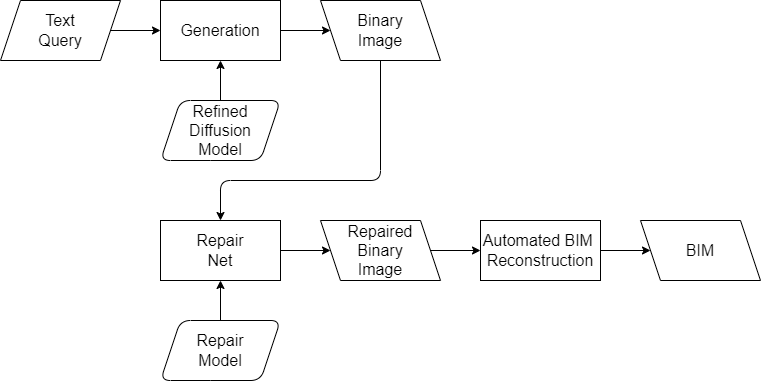
The draw.io diagram images/repaired_binary_model_gen.drawio.png in AI4SC/bim-diffusion-models, before a commit. Source tidied: cells renumbered, new cells last; positions are measured from the earlier drawing's top-left corner, leaving out a move shared by most shapes.
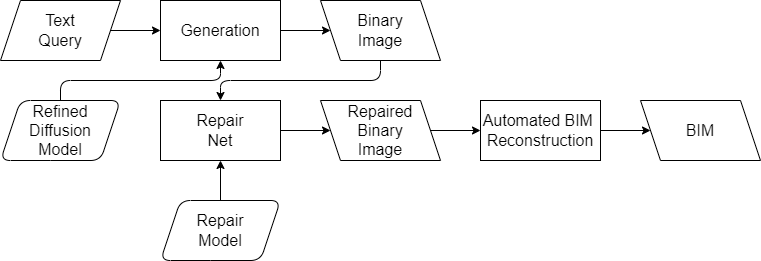
Above is the later version.

Diff of the diagram source:
```diff
@@ -6,13 +6,13 @@
       <mxGeometry relative="1" as="geometry" />
     </mxCell>
     <mxCell id="3" value="Text&lt;br style=&quot;font-size: 16px;&quot;&gt;Query" style="shape=parallelogram;perimeter=parallelogramPerimeter;whiteSpace=wrap;html=1;fixedSize=1;fontSize=16;" parent="1" vertex="1">
-      <mxGeometry width="120" height="60" as="geometry" />
+      <mxGeometry y="120" width="120" height="60" as="geometry" />
     </mxCell>
     <mxCell id="4" value="Binary&lt;br style=&quot;font-size: 16px;&quot;&gt;Image" style="shape=parallelogram;perimeter=parallelogramPerimeter;whiteSpace=wrap;html=1;fixedSize=1;flipH=1;fontSize=16;" parent="1" vertex="1">
-      <mxGeometry x="320" width="120" height="60" as="geometry" />
+      <mxGeometry x="320" y="120" width="120" height="60" as="geometry" />
     </mxCell>
     <mxCell id="5" value="Generation" style="rounded=0;whiteSpace=wrap;html=1;fontSize=16;" parent="1" vertex="1">
-      <mxGeometry x="160" width="120" height="60" as="geometry" />
+      <mxGeometry x="160" y="120" width="120" height="60" as="geometry" />
     </mxCell>
     <mxCell id="6" value="Repaired&lt;br style=&quot;font-size: 16px;&quot;&gt;Binary&lt;br style=&quot;border-color: var(--border-color); font-size: 16px;&quot;&gt;Image" style="shape=parallelogram;perimeter=parallelogramPerimeter;whiteSpace=wrap;html=1;fixedSize=1;flipH=1;fontSize=16;" parent="1" vertex="1">
       <mxGeometry x="320" y="220" width="120" height="60" as="geometry" />
@@ -23,7 +23,7 @@
     <mxCell id="8" style="endArrow=classic;html=1;entryX=0.5;entryY=0;entryDx=0;entryDy=0;fontSize=16;exitX=0.5;exitY=1;exitDx=0;exitDy=0;edgeStyle=elbowEdgeStyle;elbow=vertical;" parent="1" edge="1" source="4" target="7">
       <mxGeometry relative="1" as="geometry">
         <Array as="points">
-          <mxPoint x="300" y="180" />
+          <mxPoint x="310" y="200" />
         </Array>
       </mxGeometry>
     </mxCell>
@@ -34,9 +34,9 @@
       <mxGeometry relative="1" as="geometry" />
     </mxCell>
     <mxCell id="11" value="Refined&lt;br style=&quot;font-size: 16px;&quot;&gt;Diffusion&lt;br style=&quot;border-color: var(--border-color); font-size: 16px;&quot;&gt;Model" style="shape=parallelogram;perimeter=parallelogramPerimeter;whiteSpace=wrap;html=1;fixedSize=1;flipH=0;rounded=1;fontSize=16;" parent="1" vertex="1">
-      <mxGeometry x="160" y="100" width="120" height="60" as="geometry" />
+      <mxGeometry y="220" width="120" height="60" as="geometry" />
     </mxCell>
-    <mxCell id="12" style="endArrow=classic;html=1;exitX=0.5;exitY=0;exitDx=0;exitDy=0;entryX=0.5;entryY=1;entryDx=0;entryDy=0;fontSize=16;" parent="1" edge="1" source="11" target="5">
+    <mxCell id="12" style="endArrow=classic;html=1;exitX=0.5;exitY=0;exitDx=0;exitDy=0;entryX=0.5;entryY=1;entryDx=0;entryDy=0;fontSize=16;edgeStyle=elbowEdgeStyle;elbow=vertical;" parent="1" edge="1" source="11" target="5">
       <mxGeometry relative="1" as="geometry" />
     </mxCell>
     <mxCell id="13" value="BIM" style="shape=parallelogram;perimeter=parallelogramPerimeter;whiteSpace=wrap;html=1;fixedSize=1;flipH=1;fontSize=16;" parent="1" vertex="1">
```
